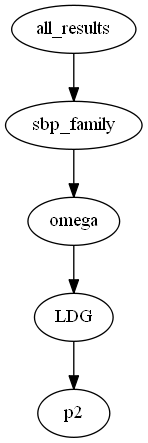
Earlier version of the Graphviz export visual/all_results_2d.dot.png (zolargwrk/PySBP). Its source is kept beside it as visual/all_results_2d.dot.
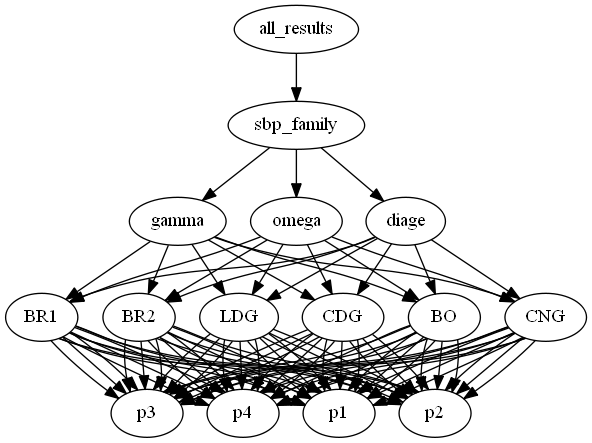
The same file after the commit.

The edit, as a diff of the source:
```diff
@@ -1,11 +1,191 @@
 digraph tree {
     "all_results";
     "sbp_family";
+    "gamma";
+    "BR1";
+    "p1";
+    "p2";
+    "p3";
+    "p4";
+    "BR2";
+    "p1";
+    "p2";
+    "p3";
+    "p4";
+    "LDG";
+    "p1";
+    "p2";
+    "p3";
+    "p4";
+    "CDG";
+    "p1";
+    "p2";
+    "p3";
+    "p4";
+    "BO";
+    "p1";
+    "p2";
+    "p3";
+    "p4";
+    "CNG";
+    "p1";
+    "p2";
+    "p3";
+    "p4";
     "omega";
+    "BR1";
+    "p1";
+    "p2";
+    "p3";
+    "p4";
+    "BR2";
+    "p1";
+    "p2";
+    "p3";
+    "p4";
     "LDG";
+    "p1";
     "p2";
+    "p3";
+    "p4";
+    "CDG";
+    "p1";
+    "p2";
+    "p3";
+    "p4";
+    "BO";
+    "p1";
+    "p2";
+    "p3";
+    "p4";
+    "CNG";
+    "p1";
+    "p2";
+    "p3";
+    "p4";
+    "diage";
+    "BR1";
+    "p1";
+    "p2";
+    "p3";
+    "p4";
+    "BR2";
+    "p1";
+    "p2";
+    "p3";
+    "p4";
+    "LDG";
+    "p1";
+    "p2";
+    "p3";
+    "p4";
+    "CDG";
+    "p1";
+    "p2";
+    "p3";
+    "p4";
+    "BO";
+    "p1";
+    "p2";
+    "p3";
+    "p4";
+    "CNG";
+    "p1";
+    "p2";
+    "p3";
+    "p4";
     "all_results" -> "sbp_family";
+    "sbp_family" -> "gamma";
     "sbp_family" -> "omega";
+    "sbp_family" -> "diage";
+    "gamma" -> "BR1";
+    "gamma" -> "BR2";
+    "gamma" -> "LDG";
+    "gamma" -> "CDG";
+    "gamma" -> "BO";
+    "gamma" -> "CNG";
+    "BR1" -> "p1";
+    "BR1" -> "p2";
+    "BR1" -> "p3";
+    "BR1" -> "p4";
+    "BR2" -> "p1";
+    "BR2" -> "p2";
+    "BR2" -> "p3";
+    "BR2" -> "p4";
+    "LDG" -> "p1";
+    "LDG" -> "p2";
+    "LDG" -> "p3";
+    "LDG" -> "p4";
+    "CDG" -> "p1";
+    "CDG" -> "p2";
+    "CDG" -> "p3";
+    "CDG" -> "p4";
+    "BO" -> "p1";
+    "BO" -> "p2";
+    "BO" -> "p3";
+    "BO" -> "p4";
+    "CNG" -> "p1";
+    "CNG" -> "p2";
+    "CNG" -> "p3";
+    "CNG" -> "p4";
+    "omega" -> "BR1";
+    "omega" -> "BR2";
     "omega" -> "LDG";
+    "omega" -> "CDG";
+    "omega" -> "BO";
+    "omega" -> "CNG";
+    "BR1" -> "p1";
+    "BR1" -> "p2";
+    "BR1" -> "p3";
+    "BR1" -> "p4";
+    "BR2" -> "p1";
+    "BR2" -> "p2";
+    "BR2" -> "p3";
+    "BR2" -> "p4";
+    "LDG" -> "p1";
     "LDG" -> "p2";
+    "LDG" -> "p3";
+    "LDG" -> "p4";
+    "CDG" -> "p1";
+    "CDG" -> "p2";
+    "CDG" -> "p3";
+    "CDG" -> "p4";
+    "BO" -> "p1";
+    "BO" -> "p2";
+    "BO" -> "p3";
+    "BO" -> "p4";
+    "CNG" -> "p1";
+    "CNG" -> "p2";
+    "CNG" -> "p3";
+    "CNG" -> "p4";
+    "diage" -> "BR1";
+    "diage" -> "BR2";
+    "diage" -> "LDG";
+    "diage" -> "CDG";
+    "diage" -> "BO";
+    "diage" -> "CNG";
+    "BR1" -> "p1";
+    "BR1" -> "p2";
+    "BR1" -> "p3";
+    "BR1" -> "p4";
+    "BR2" -> "p1";
+    "BR2" -> "p2";
+    "BR2" -> "p3";
+    "BR2" -> "p4";
+    "LDG" -> "p1";
+    "LDG" -> "p2";
+    "LDG" -> "p3";
+    "LDG" -> "p4";
+    "CDG" -> "p1";
+    "CDG" -> "p2";
+    "CDG" -> "p3";
+    "CDG" -> "p4";
+    "BO" -> "p1";
+    "BO" -> "p2";
+    "BO" -> "p3";
+    "BO" -> "p4";
+    "CNG" -> "p1";
+    "CNG" -> "p2";
+    "CNG" -> "p3";
+    "CNG" -> "p4";
 }
```
